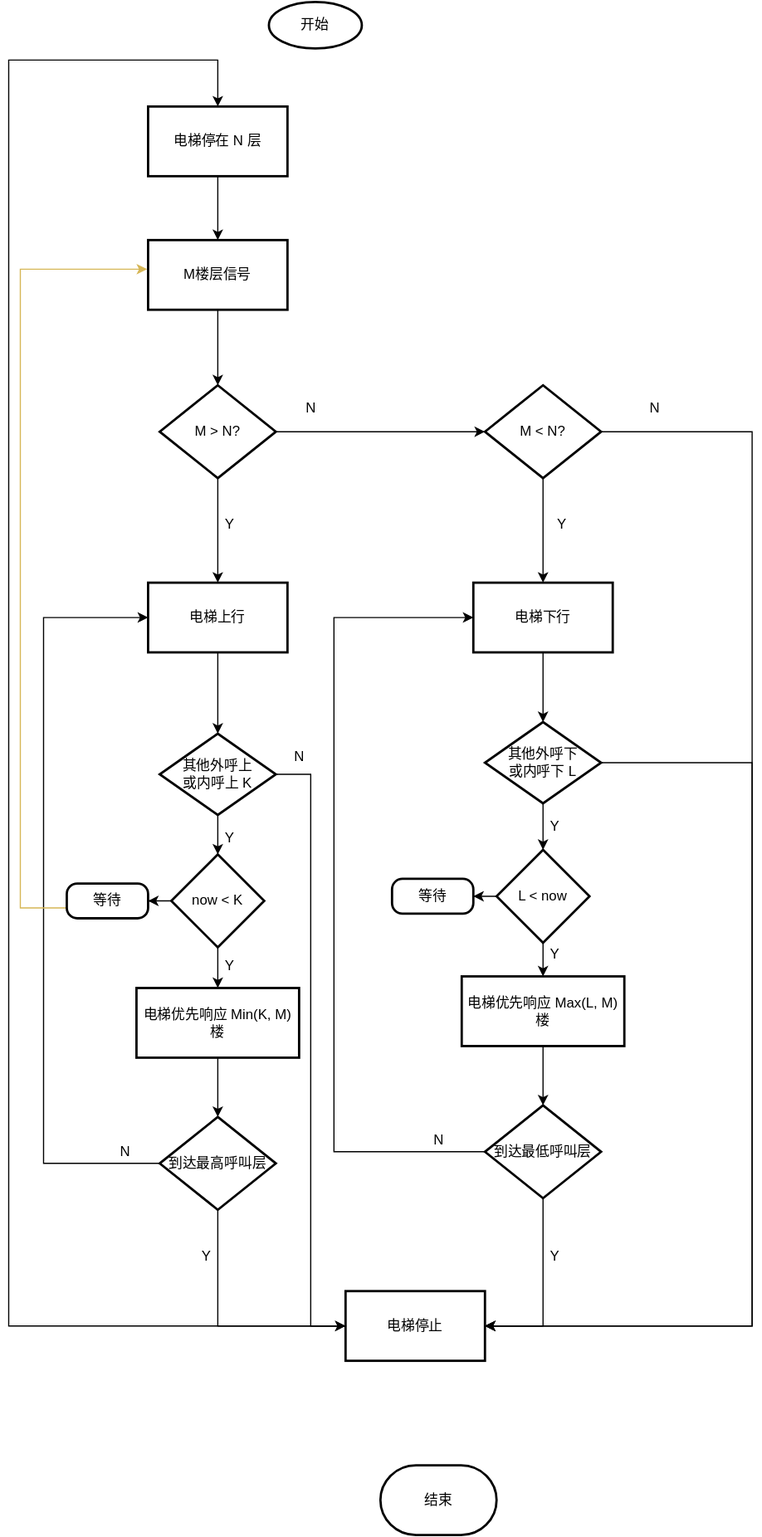
Earlier version of the draw.io export Draw.io/PLC控制四层电梯程序流程图.drawio.svg (InoryLwc/ConfigRepo). Source tidied: cells renumbered, new cells last; positions are measured from the earlier drawing's top-left corner, leaving out a move shared by most shapes.
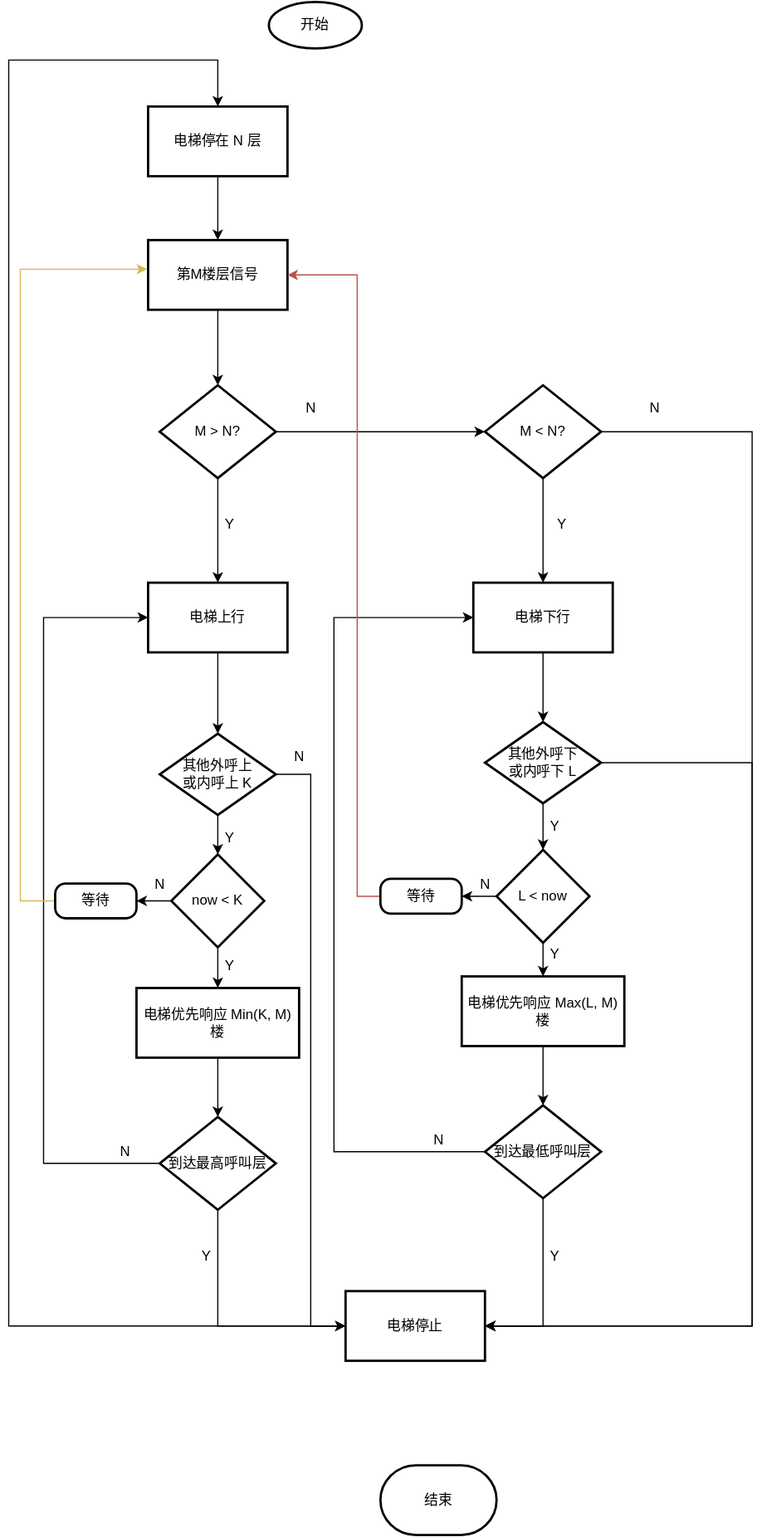
The same file after the commit.

Commit message:
更新PLC控制四层电梯程序流程图.drawio.svg

The edit, as a diff of the source:
```diff
@@ -11,7 +11,7 @@
     <mxCell id="4" style="edgeStyle=orthogonalEdgeStyle;rounded=0;jettySize=auto;html=1;" parent="1" edge="1" source="5" target="8">
       <mxGeometry relative="1" as="geometry" />
     </mxCell>
-    <mxCell id="5" value="M楼层信号" style="whiteSpace=wrap;html=1;rounded=1;strokeWidth=2;arcSize=0;" parent="1" vertex="1">
+    <mxCell id="5" value="第M楼层信号" style="whiteSpace=wrap;html=1;rounded=1;strokeWidth=2;arcSize=0;" parent="1" vertex="1">
       <mxGeometry x="120" y="205" width="120" height="60" as="geometry" />
     </mxCell>
     <mxCell id="6" style="edgeStyle=orthogonalEdgeStyle;rounded=0;jettySize=auto;html=1;" parent="1" edge="1" source="8" target="10">
@@ -141,13 +141,13 @@
     <mxCell id="39" style="edgeStyle=orthogonalEdgeStyle;rounded=0;jettySize=auto;html=1;exitX=0;exitY=0.5;exitDx=0;exitDy=0;entryX=-0.007;entryY=0.418;entryDx=0;entryDy=0;entryPerimeter=0;fillColor=#fff2cc;strokeColor=#d6b656;" parent="1" edge="1" source="40" target="5">
       <mxGeometry relative="1" as="geometry">
         <Array as="points">
-          <mxPoint x="10" y="780" />
+          <mxPoint x="10" y="774" />
           <mxPoint x="10" y="230" />
         </Array>
       </mxGeometry>
     </mxCell>
     <mxCell id="40" value="等待" style="whiteSpace=wrap;html=1;rounded=1;strokeWidth=2;arcSize=30;" parent="1" vertex="1">
-      <mxGeometry x="50" y="759" width="70" height="30" as="geometry" />
+      <mxGeometry x="40" y="759" width="70" height="30" as="geometry" />
     </mxCell>
     <mxCell id="41" style="edgeStyle=orthogonalEdgeStyle;rounded=0;jettySize=auto;html=1;" parent="1" edge="1" source="43" target="46">
       <mxGeometry relative="1" as="geometry" />
@@ -198,8 +198,16 @@
     <mxCell id="53" value="Y" style="text;html=1;align=center;verticalAlign=middle;strokeColor=none;fillColor=none;" parent="1" vertex="1">
       <mxGeometry x="460" y="810" width="20" height="20" as="geometry" />
     </mxCell>
+    <mxCell id="58" style="edgeStyle=orthogonalEdgeStyle;rounded=0;jettySize=auto;html=1;exitX=0;exitY=0.5;exitDx=0;exitDy=0;entryX=1;entryY=0.5;entryDx=0;entryDy=0;fillColor=#f8cecc;strokeColor=#b85450;" parent="1" edge="1" source="54" target="5">
+      <mxGeometry relative="1" as="geometry">
+        <Array as="points">
+          <mxPoint x="300" y="770" />
+          <mxPoint x="300" y="235" />
+        </Array>
+      </mxGeometry>
+    </mxCell>
     <mxCell id="54" value="等待" style="whiteSpace=wrap;html=1;rounded=1;strokeWidth=2;arcSize=30;" parent="1" vertex="1">
-      <mxGeometry x="330" y="755" width="70" height="30" as="geometry" />
+      <mxGeometry x="320" y="755" width="70" height="30" as="geometry" />
     </mxCell>
     <mxCell id="55" value="N" style="text;html=1;align=center;verticalAlign=middle;strokeColor=none;fillColor=none;" parent="1" vertex="1">
       <mxGeometry x="360" y="970" width="20" height="20" as="geometry" />
@@ -210,5 +218,11 @@
     <mxCell id="57" value="Y" style="text;html=1;align=center;verticalAlign=middle;strokeColor=none;fillColor=none;" parent="1" vertex="1">
       <mxGeometry x="460" y="1070" width="20" height="20" as="geometry" />
     </mxCell>
+    <mxCell id="59" value="N" style="text;html=1;align=center;verticalAlign=middle;strokeColor=none;fillColor=none;" parent="1" vertex="1">
+      <mxGeometry x="120" y="750" width="20" height="20" as="geometry" />
+    </mxCell>
+    <mxCell id="60" value="N" style="text;html=1;align=center;verticalAlign=middle;strokeColor=none;fillColor=none;" parent="1" vertex="1">
+      <mxGeometry x="400" y="750" width="20" height="20" as="geometry" />
+    </mxCell>
   </root>
 </mxGraphModel>
```
